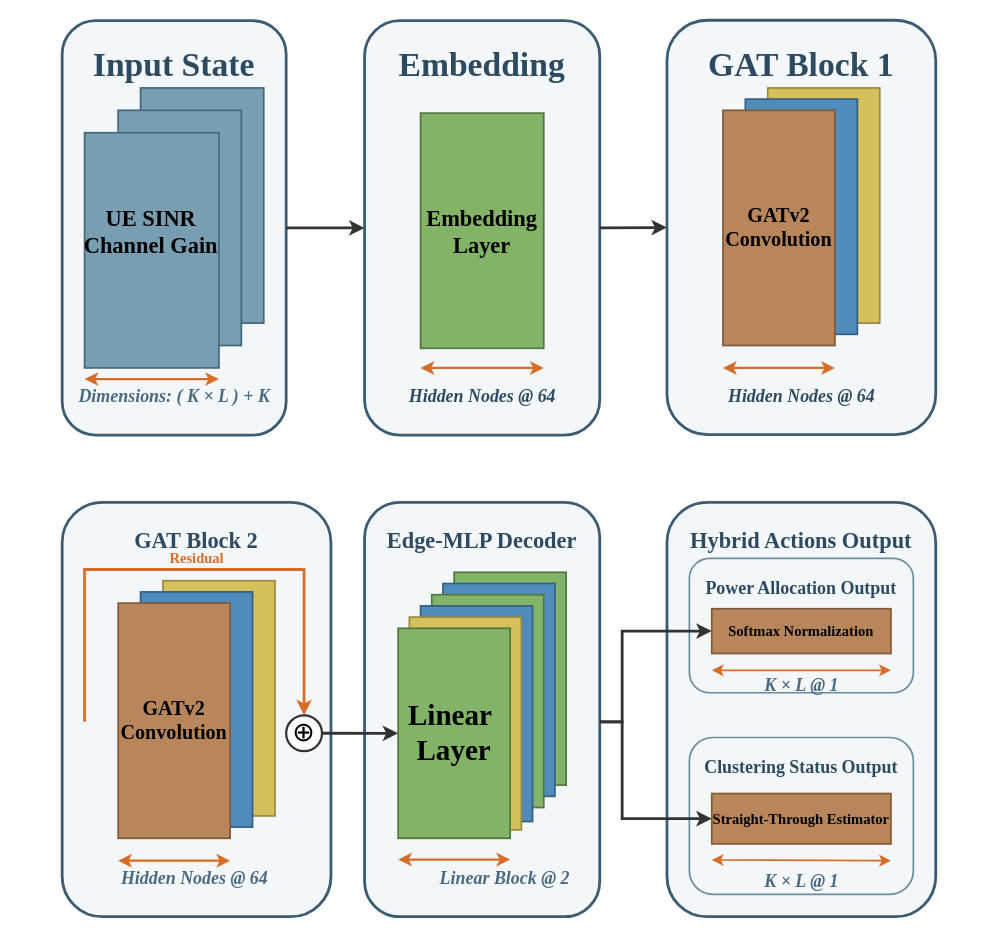
Before: 毕设GNN架构图.drawio in youmiwei/drawio, a draw.io diagram. Source tidied: cells renumbered, new cells numbered last; positions are measured from the earlier drawing's top-left corner, leaving out a move shared by most shapes. Both pictures are drawn from the tidied source at 112%, with x=0, y=0 at pixel (62, 20).
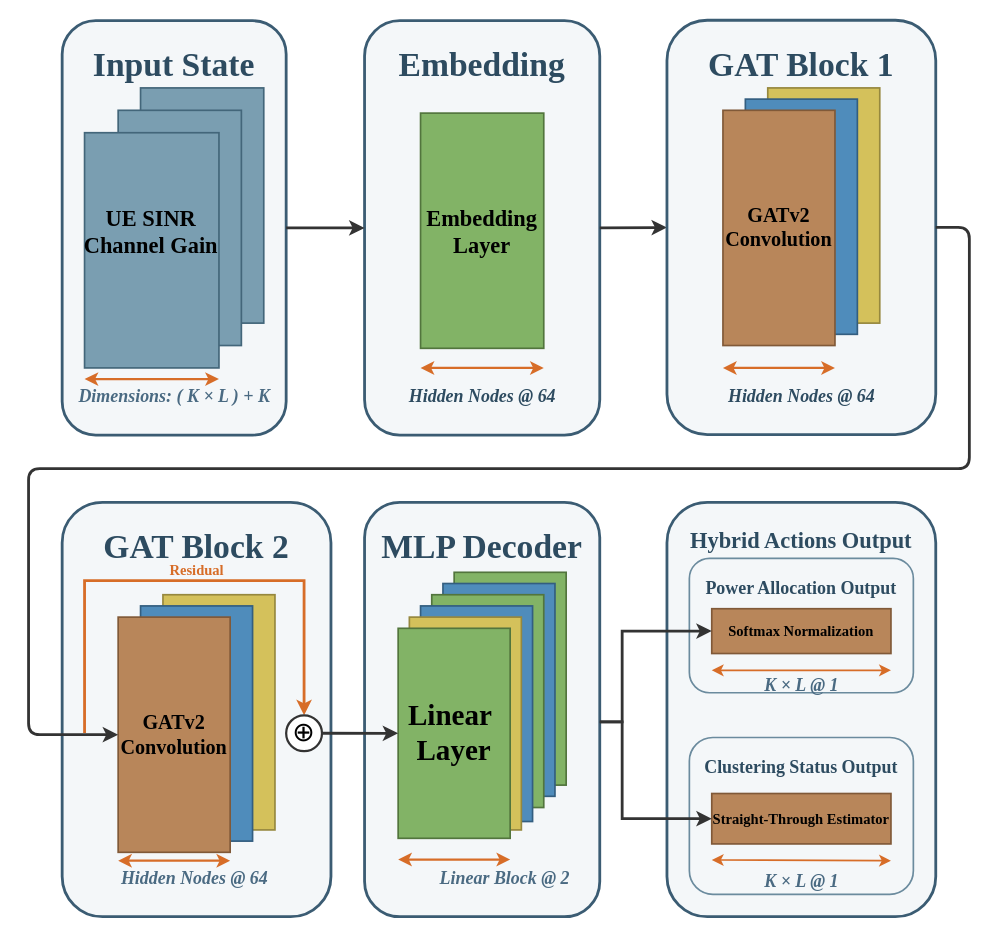
Above is the later version.

Commit message (it also covers changes not shown here):
更新毕设GNN架构图.drawio

Unchanged cells that the change refers to:
```xml
<mxCell id="45" value="&lt;span style=&quot;font-size: 24px&quot;&gt;⊕&lt;/span&gt;" style="ellipse;whiteSpace=wrap;html=1;fillColor=#ffffff;strokeColor=#333333;strokeWidth=2;fontFamily=Times New Roman, 宋体;" parent="1" vertex="1">
  <mxGeometry x="200" y="620.2" width="32" height="32" as="geometry" />
</mxCell>
<mxCell id="46" value="&lt;font color=&quot;#2d4b60&quot; style=&quot;font-size: 30px;&quot;&gt;GAT Block 1&lt;/font&gt;" style="rounded=1;whiteSpace=wrap;html=1;fillColor=#f4f7f9;strokeColor=#3b5c73;strokeWidth=2.5;align=center;verticalAlign=top;fontStyle=1;spacingTop=15;fontFamily=Times New Roman, 宋体;" parent="1" vertex="1">
  <mxGeometry x="540" y="-0.4" width="240" height="370" as="geometry" />
</mxCell>
```

Change to the diagram source:
```diff
@@
-    <mxCell id="4" value="&lt;font color=&quot;#2d4b60&quot; style=&quot;font-size: 20px;&quot;&gt;GAT Block 2&lt;/font&gt;" style="rounded=1;whiteSpace=wrap;html=1;fillColor=#f4f7f9;strokeColor=#3b5c73;strokeWidth=2.5;align=center;verticalAlign=top;fontStyle=1;spacingTop=15;fontFamily=Times New Roman, 宋体;" parent="1" vertex="1">
+    <mxCell id="4" value="&lt;font color=&quot;#2d4b60&quot; style=&quot;font-size: 30px;&quot;&gt;GAT Block 2&lt;/font&gt;" style="rounded=1;whiteSpace=wrap;html=1;fillColor=#f4f7f9;strokeColor=#3b5c73;strokeWidth=2.5;align=center;verticalAlign=top;fontStyle=1;spacingTop=15;fontFamily=Times New Roman, 宋体;" parent="1" vertex="1">
       <mxGeometry y="430" width="240" height="370" as="geometry" />
     </mxCell>
-    <mxCell id="5" value="&lt;font color=&quot;#2d4b60&quot; style=&quot;font-size: 20px;&quot;&gt;Edge-MLP Decoder&lt;/font&gt;" style="rounded=1;whiteSpace=wrap;html=1;fillColor=#f4f7f9;strokeColor=#3b5c73;strokeWidth=2.5;align=center;verticalAlign=top;fontStyle=1;spacingTop=15;fontFamily=Times New Roman, 宋体;" parent="1" vertex="1">
+    <mxCell id="5" value="&lt;font color=&quot;#2d4b60&quot; style=&quot;font-size: 30px;&quot;&gt;MLP Decoder&lt;/font&gt;" style="rounded=1;whiteSpace=wrap;html=1;fillColor=#f4f7f9;strokeColor=#3b5c73;strokeWidth=2.5;align=center;verticalAlign=top;fontStyle=1;spacingTop=15;fontFamily=Times New Roman, 宋体;" parent="1" vertex="1">
       <mxGeometry x="270" y="430" width="210" height="370" as="geometry" />
     </mxCell>
@@
     <mxCell id="18" style="edgeStyle=orthogonalEdgeStyle;html=1;strokeWidth=2.5;strokeColor=#d76d28;endArrow=classic;rounded=0;entryX=0.5;entryY=0;entryDx=0;entryDy=0;fontFamily=Times New Roman, 宋体;" parent="1" edge="1" target="45">
       <mxGeometry relative="1" as="geometry">
-        <mxPoint x="20" y="626" as="sourcePoint" />
+        <mxPoint x="20" y="636" as="sourcePoint" />
         <Array as="points">
-          <mxPoint x="20" y="490" />
-          <mxPoint x="216" y="490" />
+          <mxPoint x="20" y="500" />
+          <mxPoint x="216" y="500" />
         </Array>
       </mxGeometry>
     </mxCell>
     <mxCell id="19" value="&lt;b&gt;Residual&lt;/b&gt;" style="text;html=1;align=center;verticalAlign=middle;fontSize=13;fontFamily=Times New Roman, 宋体;fontColor=#d76d28;" parent="1" vertex="1">
-      <mxGeometry x="40" y="470" width="160" height="20" as="geometry" />
+      <mxGeometry x="40" y="480" width="160" height="20" as="geometry" />
     </mxCell>
@@
     <mxCell id="41" style="rounded=0;whiteSpace=wrap;html=1;fillColor=#d4c15b;strokeColor=#96883e;strokeWidth=1.5;fontFamily=Times New Roman, 宋体;" parent="1" vertex="1">
-      <mxGeometry x="90" y="500" width="100" height="210" as="geometry" />
+      <mxGeometry x="90" y="512.5" width="100" height="210" as="geometry" />
     </mxCell>
     <mxCell id="42" style="rounded=0;whiteSpace=wrap;html=1;fillColor=#4f8cbb;strokeColor=#335e80;strokeWidth=1.5;fontFamily=Times New Roman, 宋体;" parent="1" vertex="1">
-      <mxGeometry x="70" y="510" width="100" height="210" as="geometry" />
+      <mxGeometry x="70" y="522.5" width="100" height="210" as="geometry" />
     </mxCell>
     <mxCell id="43" value="&lt;font style=&quot;color: rgb(0, 0, 0); font-size: 18px;&quot;&gt;GATv2 Convolution&lt;/font&gt;" style="rounded=0;whiteSpace=wrap;html=1;fillColor=#b8865a;strokeColor=#805938;strokeWidth=1.5;fontFamily=Times New Roman, 宋体;fontStyle=1;fontSize=11;fontColor=#ffffff;direction=south;" parent="1" vertex="1">
-      <mxGeometry x="50" y="520" width="100" height="210" as="geometry" />
+      <mxGeometry x="50" y="532.5" width="100" height="210" as="geometry" />
     </mxCell>
@@
+    <mxCell id="53" style="endArrow=classic;html=1;strokeWidth=2.5;strokeColor=#333333;fontFamily=Times New Roman, 宋体;exitX=1;exitY=0.5;exitDx=0;exitDy=0;edgeStyle=orthogonalEdgeStyle;entryX=0.5;entryY=1;entryDx=0;entryDy=0;" parent="1" edge="1" source="46" target="43">
+      <mxGeometry relative="1" as="geometry">
+        <Array as="points">
+          <mxPoint x="810" y="185" />
+          <mxPoint x="810" y="400" />
+          <mxPoint x="-30" y="400" />
+          <mxPoint x="-30" y="638" />
+          <mxPoint x="50" y="638" />
+        </Array>
+      </mxGeometry>
+    </mxCell>
```
